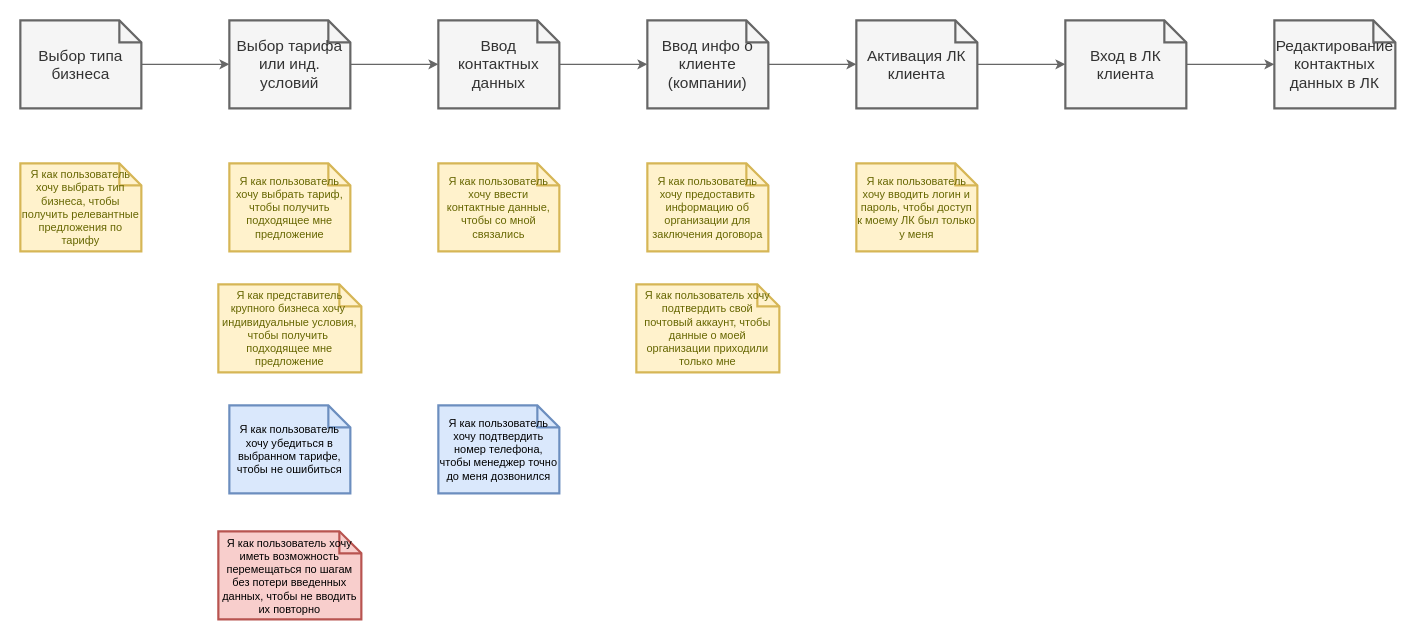
Above: src/Untitled Diagram.drawio in indeec05/course__final (draw.io), before the change. Source tidied: cells renumbered, new cells numbered last; positions are measured from the earlier drawing's top-left corner, leaving out a move shared by most shapes. Both pictures are drawn from the tidied source at 110%, with x=0, y=0 at pixel (20, 20).
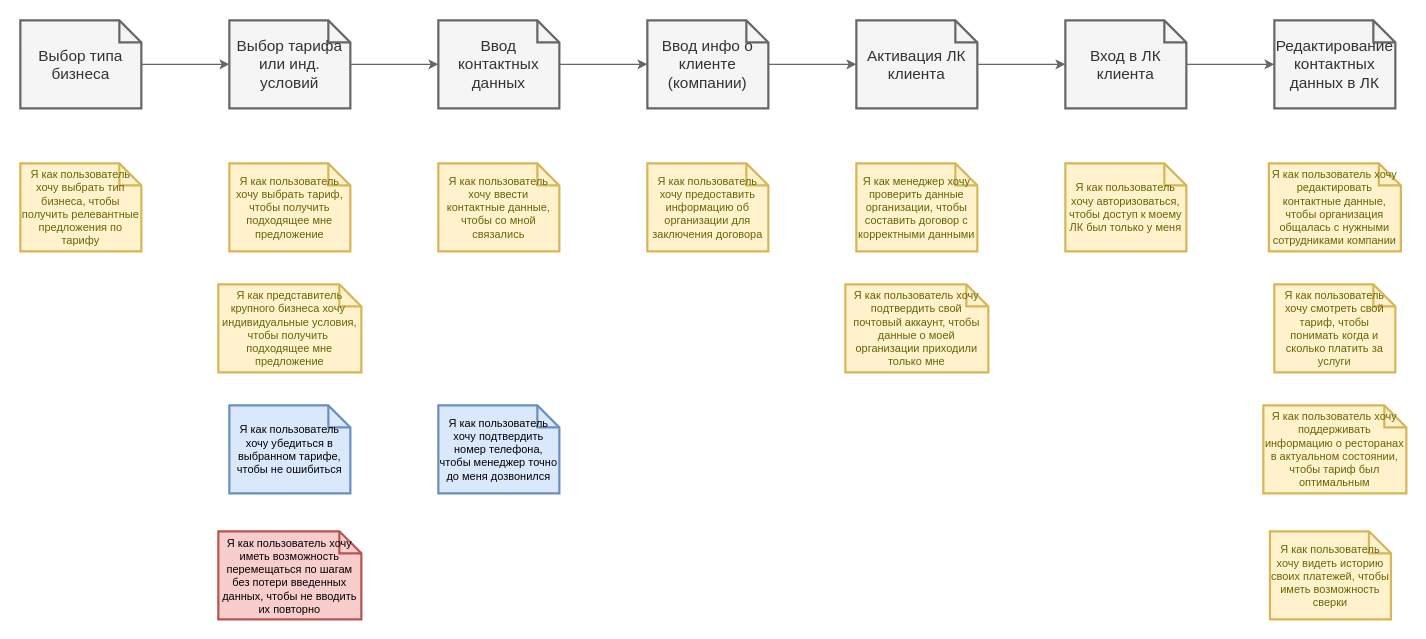
Above is the later version.

The edit, as a diff of the source:
```diff
@@
     <mxCell id="22" value="Я как пользователь хочу подтвердить свой почтовый аккаунт, чтобы данные о моей организации приходили только мне" style="shape=note;strokeWidth=2;fontSize=10;size=20;whiteSpace=wrap;fillColor=#fff2cc;strokeColor=#d6b656;fontColor=#666600;html=1;" parent="1" vertex="1">
-      <mxGeometry x="560" y="240" width="130" height="80" as="geometry" />
+      <mxGeometry x="750" y="240" width="130" height="80" as="geometry" />
     </mxCell>
-    <mxCell id="23" value="Я как пользователь хочу вводить логин и пароль, чтобы доступ к моему ЛК был только у меня" style="shape=note;strokeWidth=2;fontSize=10;size=20;whiteSpace=wrap;fillColor=#fff2cc;strokeColor=#d6b656;fontColor=#666600;html=1;" parent="1" vertex="1">
-      <mxGeometry x="760" y="130" width="110" height="80" as="geometry" />
+    <mxCell id="23" value="Я как пользователь хочу авторизоваться, чтобы доступ к моему ЛК был только у меня" style="shape=note;strokeWidth=2;fontSize=10;size=20;whiteSpace=wrap;fillColor=#fff2cc;strokeColor=#d6b656;fontColor=#666600;html=1;" parent="1" vertex="1">
+      <mxGeometry x="950" y="130" width="110" height="80" as="geometry" />
     </mxCell>
@@
+    <mxCell id="25" value="Я как пользователь хочу редактировать контактные данные, чтобы организация общалась с нужными сотрудниками компании" style="shape=note;strokeWidth=2;fontSize=10;size=20;whiteSpace=wrap;fillColor=#fff2cc;strokeColor=#d6b656;fontColor=#666600;html=1;" parent="1" vertex="1">
+      <mxGeometry x="1135" y="130" width="120" height="80" as="geometry" />
+    </mxCell>
+    <mxCell id="26" value="Я как менеджер хочу проверить данные организации, чтобы составить договор с корректными данными" style="shape=note;strokeWidth=2;fontSize=10;size=20;whiteSpace=wrap;fillColor=#fff2cc;strokeColor=#d6b656;fontColor=#666600;html=1;" parent="1" vertex="1">
+      <mxGeometry x="760" y="130" width="110" height="80" as="geometry" />
+    </mxCell>
+    <mxCell id="27" value="Я как пользователь хочу смотреть свой тариф, чтобы понимать когда и сколько платить за услуги" style="shape=note;strokeWidth=2;fontSize=10;size=20;whiteSpace=wrap;fillColor=#fff2cc;strokeColor=#d6b656;fontColor=#666600;html=1;" parent="1" vertex="1">
+      <mxGeometry x="1140" y="240" width="110" height="80" as="geometry" />
+    </mxCell>
+    <mxCell id="28" value="Я как пользователь хочу поддерживать информацию о ресторанах в актуальном состоянии, чтобы тариф был оптимальным" style="shape=note;strokeWidth=2;fontSize=10;size=20;whiteSpace=wrap;fillColor=#fff2cc;strokeColor=#d6b656;fontColor=#666600;html=1;" parent="1" vertex="1">
+      <mxGeometry x="1130" y="350" width="130" height="80" as="geometry" />
+    </mxCell>
+    <mxCell id="29" value="Я как пользователь хочу видеть историю своих платежей, чтобы иметь возможность сверки" style="shape=note;strokeWidth=2;fontSize=10;size=20;whiteSpace=wrap;fillColor=#fff2cc;strokeColor=#d6b656;fontColor=#666600;html=1;" parent="1" vertex="1">
+      <mxGeometry x="1136" y="464.5" width="110" height="80" as="geometry" />
+    </mxCell>
```
